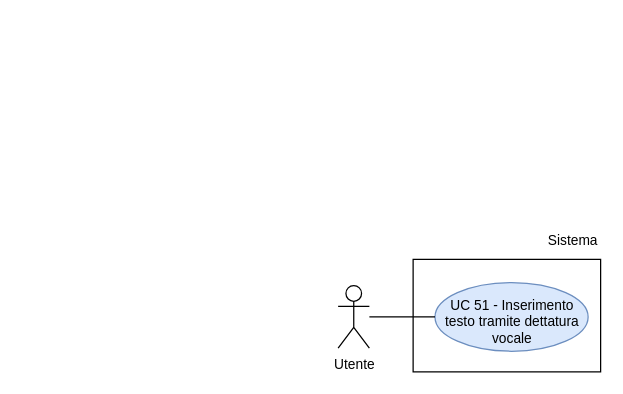
thebitless-group-swe/thebitless.github.io keeps this draw.io diagram as RTB/doc_esterna/analisi-dei-requisiti/assets/draw.io/UC51.drawio. Above is the earlier version. Source tidied: cells renumbered, new cells numbered last; positions are measured from the earlier drawing's top-left corner, leaving out a move shared by most shapes. Both pictures are drawn from the tidied source at 125%, with x=0, y=0 at pixel (338, 221).
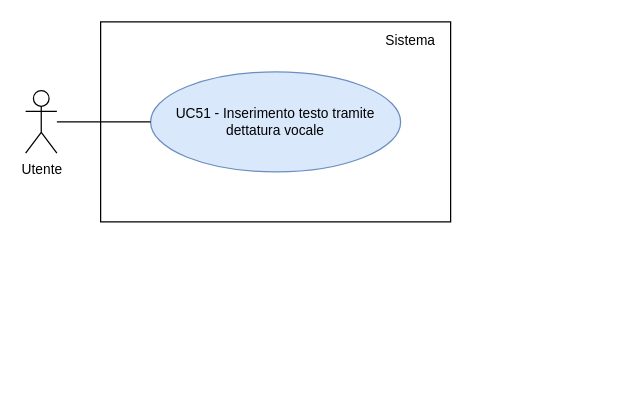
The same diagram, later.

The edit, as a diff of the source:
```diff
@@
 <mxGraphModel>
   <root>
     <mxCell id="0" />
     <mxCell id="1" parent="0" />
     <mxCell id="2" value="Utente" style="shape=umlActor;verticalLabelPosition=bottom;verticalAlign=top;html=1;outlineConnect=0;fontSize=11;" parent="1" vertex="1">
-      <mxGeometry y="51" width="25" height="50" as="geometry" />
+      <mxGeometry x="-250" y="-105" width="25" height="50" as="geometry" />
     </mxCell>
-    <mxCell id="3" style="rounded=0;whiteSpace=wrap;html=1;strokeWidth=1;" parent="1" vertex="1">
-      <mxGeometry x="60" y="30" width="150" height="90" as="geometry" />
-    </mxCell>
+    <mxCell id="8" style="rounded=0;whiteSpace=wrap;html=1;strokeWidth=1;" parent="1" vertex="1">
+      <mxGeometry x="-190" y="-160" width="280" height="160" as="geometry" />
+    </mxCell>
     <mxCell id="4" value="Sistema" style="text;html=1;whiteSpace=wrap;strokeColor=none;fillColor=none;align=right;verticalAlign=middle;fontSize=11;" parent="1" vertex="1">
-      <mxGeometry x="150" width="60" height="30" as="geometry" />
+      <mxGeometry x="10" y="-155" width="70" height="20" as="geometry" />
     </mxCell>
-    <mxCell id="5" value="UC 51 - Inserimento testo tramite dettatura vocale" style="ellipse;whiteSpace=wrap;html=1;fillColor=#dae8fc;strokeColor=#6c8ebf;fontSize=11;spacingBottom=-7;" parent="1" vertex="1">
-      <mxGeometry x="77.5" y="48.5" width="122.5" height="55" as="geometry" />
-    </mxCell>
-    <mxCell id="6" style="edgeStyle=none;rounded=0;jettySize=auto;html=1;endArrow=none;endFill=0;" parent="1" edge="1" source="2" target="5">
-      <mxGeometry relative="1" as="geometry" />
-    </mxCell>
-    <mxCell id="7" style="edgeStyle=orthogonalEdgeStyle;rounded=0;orthogonalLoop=1;jettySize=auto;html=1;exitX=0.5;exitY=1;exitDx=0;exitDy=0;" parent="1" edge="1" source="4" target="4">
-      <mxGeometry relative="1" as="geometry" />
-    </mxCell>
+    <mxCell id="9" value="UC51 - Inserimento testo tramite dettatura vocale" style="ellipse;whiteSpace=wrap;html=1;fillColor=#dae8fc;strokeColor=#6c8ebf;fontSize=11;" parent="1" vertex="1">
+      <mxGeometry x="-150" y="-120" width="200" height="80" as="geometry" />
+    </mxCell>
+    <mxCell id="10" style="edgeStyle=none;rounded=0;jettySize=auto;html=1;endArrow=none;endFill=0;" parent="1" edge="1" source="2" target="9">
+      <mxGeometry relative="1" as="geometry" />
+    </mxCell>
   </root>
 </mxGraphModel>
```
